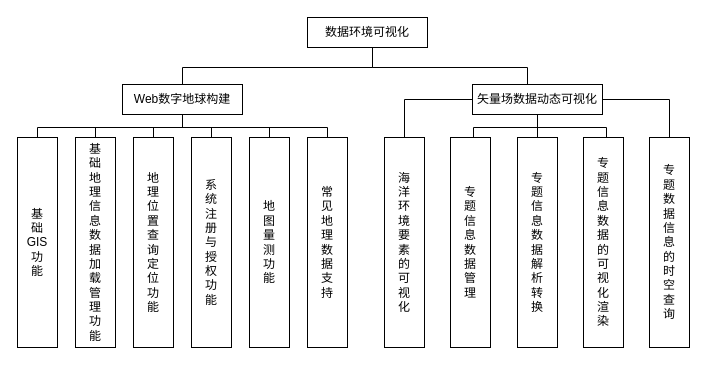
xiangsanliu/drawio keeps this draw.io diagram as 功能模块.drawio. Above is the earlier version. Source tidied: cells renumbered, new cells numbered last; positions are measured from the earlier drawing's top-left corner, leaving out a move shared by most shapes. Both pictures are drawn from the tidied source at 100%, with x=0, y=0 at pixel (17, 17).
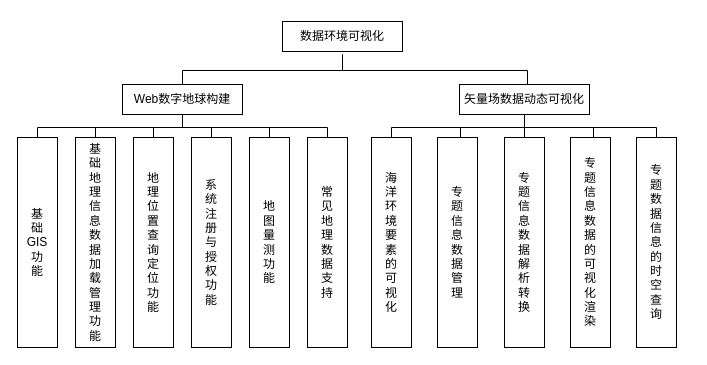
After the change.

Commit message:
更新功能模块.drawio

The change refers to these unchanged cells:
```xml
<mxCell id="11" value="Web数字地球构建" style="rounded=0;whiteSpace=wrap;html=1;" parent="1" vertex="1">
  <mxGeometry x="105" y="67" width="120" height="30" as="geometry" />
</mxCell>
```

The edit, as a diff of the source:
```diff
@@
-    <mxCell id="2" style="edgeStyle=orthogonalEdgeStyle;rounded=0;jettySize=auto;html=1;entryX=0.5;entryY=0;entryDx=0;entryDy=0;endArrow=none;endFill=0;" parent="1" edge="1" source="4" target="11">
+    <mxCell id="2" style="edgeStyle=orthogonalEdgeStyle;rounded=0;orthogonalLoop=1;jettySize=auto;html=1;entryX=0.5;entryY=0;entryDx=0;entryDy=0;endArrow=none;endFill=0;" parent="1" edge="1">
       <mxGeometry relative="1" as="geometry">
+        <mxPoint x="325" y="37" as="sourcePoint" />
+        <mxPoint x="165" y="70" as="targetPoint" />
         <Array as="points">
-          <mxPoint x="355" y="50" />
-          <mxPoint x="165" y="50" />
+          <mxPoint x="325" y="53" />
+          <mxPoint x="165" y="53" />
         </Array>
       </mxGeometry>
     </mxCell>
-    <mxCell id="3" style="edgeStyle=orthogonalEdgeStyle;rounded=0;jettySize=auto;html=1;endArrow=none;endFill=0;" parent="1" edge="1" source="4" target="17">
+    <mxCell id="3" style="edgeStyle=orthogonalEdgeStyle;rounded=0;orthogonalLoop=1;jettySize=auto;html=1;endArrow=none;endFill=0;" parent="1" edge="1">
       <mxGeometry relative="1" as="geometry">
+        <mxPoint x="325" y="37" as="sourcePoint" />
+        <mxPoint x="510" y="70" as="targetPoint" />
         <Array as="points">
-          <mxPoint x="355" y="50" />
-          <mxPoint x="510" y="50" />
+          <mxPoint x="325" y="53" />
+          <mxPoint x="510" y="53" />
         </Array>
       </mxGeometry>
     </mxCell>
     <mxCell id="4" value="数据环境可视化" style="rounded=0;whiteSpace=wrap;html=1;" parent="1" vertex="1">
-      <mxGeometry x="290" width="120" height="30" as="geometry" />
+      <mxGeometry x="265" y="4" width="120" height="30" as="geometry" />
     </mxCell>
@@
     <mxCell id="12" style="edgeStyle=orthogonalEdgeStyle;rounded=0;jettySize=auto;html=1;entryX=0.5;entryY=0;entryDx=0;entryDy=0;endArrow=none;endFill=0;" parent="1" edge="1" source="17" target="24">
-      <mxGeometry relative="1" as="geometry" />
+      <mxGeometry relative="1" as="geometry">
+        <Array as="points">
+          <mxPoint x="507" y="110" />
+          <mxPoint x="374" y="110" />
+        </Array>
+      </mxGeometry>
     </mxCell>
     <mxCell id="13" style="edgeStyle=orthogonalEdgeStyle;rounded=0;jettySize=auto;html=1;entryX=0.5;entryY=0;entryDx=0;entryDy=0;endArrow=none;endFill=0;" parent="1" edge="1" source="17" target="25">
       <mxGeometry relative="1" as="geometry">
         <Array as="points">
-          <mxPoint x="520" y="110" />
-          <mxPoint x="456" y="110" />
+          <mxPoint x="507" y="110" />
+          <mxPoint x="443" y="110" />
         </Array>
       </mxGeometry>
     </mxCell>
@@
     <mxCell id="15" style="edgeStyle=orthogonalEdgeStyle;rounded=0;jettySize=auto;html=1;entryX=0.5;entryY=0;entryDx=0;entryDy=0;endArrow=none;endFill=0;" parent="1" edge="1" source="17" target="27">
       <mxGeometry relative="1" as="geometry">
         <Array as="points">
-          <mxPoint x="520" y="110" />
-          <mxPoint x="589" y="110" />
+          <mxPoint x="507" y="110" />
+          <mxPoint x="576" y="110" />
         </Array>
       </mxGeometry>
     </mxCell>
     <mxCell id="16" style="edgeStyle=orthogonalEdgeStyle;rounded=0;jettySize=auto;html=1;entryX=0.5;entryY=0;entryDx=0;entryDy=0;endArrow=none;endFill=0;" parent="1" edge="1" source="17" target="28">
-      <mxGeometry relative="1" as="geometry" />
+      <mxGeometry relative="1" as="geometry">
+        <Array as="points">
+          <mxPoint x="507" y="110" />
+          <mxPoint x="639" y="110" />
+        </Array>
+      </mxGeometry>
     </mxCell>
     <mxCell id="17" value="矢量场数据动态可视化" style="rounded=0;whiteSpace=wrap;html=1;" parent="1" vertex="1">
-      <mxGeometry x="455" y="67" width="130" height="30" as="geometry" />
+      <mxGeometry x="442" y="67" width="130" height="30" as="geometry" />
     </mxCell>
@@
     <mxCell id="24" value="海洋环境要素的可视化" style="rounded=0;whiteSpace=wrap;html=1;horizontal=1;verticalAlign=middle;spacingTop=0;spacingLeft=8;spacingRight=8;" parent="1" vertex="1">
-      <mxGeometry x="367" y="120" width="40" height="210" as="geometry" />
+      <mxGeometry x="354" y="120" width="40" height="210" as="geometry" />
     </mxCell>
     <mxCell id="25" value="专题信息数据管理" style="rounded=0;whiteSpace=wrap;html=1;horizontal=1;verticalAlign=middle;spacingTop=0;spacingLeft=8;spacingRight=8;" parent="1" vertex="1">
-      <mxGeometry x="433" y="120" width="40" height="210" as="geometry" />
+      <mxGeometry x="420" y="120" width="40" height="210" as="geometry" />
     </mxCell>
     <mxCell id="26" value="专题信息数据解析转换" style="rounded=0;whiteSpace=wrap;html=1;horizontal=1;verticalAlign=middle;spacingTop=0;spacingLeft=8;spacingRight=8;" parent="1" vertex="1">
-      <mxGeometry x="500" y="120" width="40" height="210" as="geometry" />
+      <mxGeometry x="487" y="120" width="40" height="210" as="geometry" />
     </mxCell>
     <mxCell id="27" value="专题信息数据的可视化渲染" style="rounded=0;whiteSpace=wrap;html=1;horizontal=1;verticalAlign=middle;spacingTop=0;spacingLeft=8;spacingRight=8;" parent="1" vertex="1">
-      <mxGeometry x="566" y="120" width="40" height="210" as="geometry" />
+      <mxGeometry x="553" y="120" width="40" height="210" as="geometry" />
     </mxCell>
     <mxCell id="28" value="专题数据信息的时空查询" style="rounded=0;whiteSpace=wrap;html=1;horizontal=1;verticalAlign=middle;spacingTop=0;spacingLeft=8;spacingRight=8;" parent="1" vertex="1">
-      <mxGeometry x="632" y="120" width="40" height="210" as="geometry" />
+      <mxGeometry x="619" y="120" width="40" height="210" as="geometry" />
     </mxCell>
```
